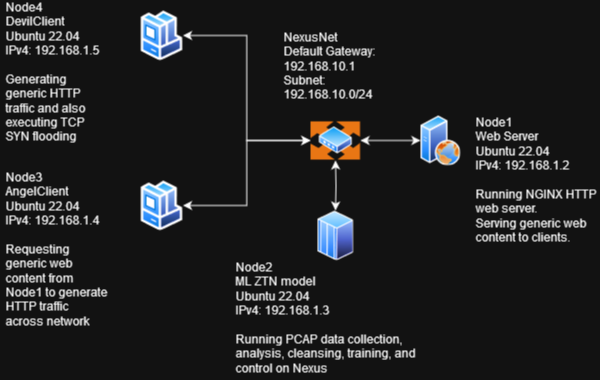
This is ZtnNetworkTopology.png from Skully1011/ZtnDataCleansing, a draw.io export, as it was before one commit. Source tidied: cells renumbered, new cells last; positions are measured from the earlier drawing's top-left corner, leaving out a move shared by most shapes. Its diagram source:
```xml
<mxGraphModel>
  <root>
    <mxCell id="0" />
    <mxCell id="1" parent="0" />
    <mxCell id="2" style="edgeStyle=orthogonalEdgeStyle;rounded=0;jettySize=auto;html=1;exitX=1;exitY=0.5;exitDx=0;exitDy=0;entryX=0;entryY=0.5;entryDx=0;entryDy=0;startArrow=classic;startFill=1;" parent="1" edge="1" source="16" target="4">
      <mxGeometry relative="1" as="geometry" />
    </mxCell>
    <mxCell id="3" style="edgeStyle=orthogonalEdgeStyle;rounded=0;jettySize=auto;html=1;exitX=1;exitY=0.5;exitDx=0;exitDy=0;entryX=0;entryY=0.5;entryDx=0;entryDy=0;startArrow=classic;startFill=1;" parent="1" edge="1" source="10" target="16">
      <mxGeometry relative="1" as="geometry" />
    </mxCell>
    <mxCell id="4" style="image;perimeter=ellipsePerimeter;html=1;align=center;shadow=0;dashed=0;spacingTop=3;image=img/lib/active_directory/web_server.svg;" parent="1" vertex="1">
      <mxGeometry x="420" y="105" width="40" height="50" as="geometry" />
    </mxCell>
    <mxCell id="5" style="image;perimeter=ellipsePerimeter;html=1;align=center;shadow=0;dashed=0;spacingTop=3;image=img/lib/active_directory/mainframe_host.svg;" parent="1" vertex="1">
      <mxGeometry x="317" y="200" width="36" height="50" as="geometry" />
    </mxCell>
    <mxCell id="6" style="edgeStyle=orthogonalEdgeStyle;rounded=0;jettySize=auto;html=1;entryX=0.5;entryY=0;entryDx=0;entryDy=0;startArrow=classic;startFill=1;" parent="1" edge="1" target="5">
      <mxGeometry relative="1" as="geometry">
        <mxPoint x="335" y="150" as="sourcePoint" />
      </mxGeometry>
    </mxCell>
    <mxCell id="7" value="&lt;div&gt;Node2&lt;br&gt;&lt;/div&gt;&lt;div&gt;ML ZTN model&lt;br&gt;&lt;/div&gt;&lt;div&gt;Ubuntu 22.04&lt;br&gt;&lt;/div&gt;&lt;div&gt;IPv4: 192.168.1.3&lt;/div&gt;&lt;div&gt;&lt;br&gt;&lt;/div&gt;&lt;div&gt;Running PCAP data collection, analysis, cleansing, training, and control on Nexus&lt;br&gt;&lt;/div&gt;" style="text;html=1;strokeColor=none;fillColor=none;spacing=5;spacingTop=-20;whiteSpace=wrap;overflow=hidden;rounded=0;" parent="1" vertex="1">
      <mxGeometry x="230" y="260" width="220" height="110" as="geometry" />
    </mxCell>
    <mxCell id="8" value="&lt;div&gt;Node1&lt;br&gt;&lt;/div&gt;&lt;div&gt;Web Server&lt;br&gt;&lt;/div&gt;&lt;div&gt;Ubuntu 22.04&lt;br&gt;&lt;/div&gt;&lt;div&gt;IPv4: 192.168.1.2&lt;/div&gt;&lt;div&gt;&lt;br&gt;&lt;/div&gt;&lt;div&gt;Running NGINX HTTP web server.&lt;br&gt;&lt;/div&gt;&lt;div&gt;Serving generic web content to clients.&lt;/div&gt;" style="text;html=1;strokeColor=none;fillColor=none;spacing=5;spacingTop=-20;whiteSpace=wrap;overflow=hidden;rounded=0;" parent="1" vertex="1">
      <mxGeometry x="470" y="115" width="130" height="125" as="geometry" />
    </mxCell>
    <mxCell id="9" style="group;" parent="1" vertex="1">
      <mxGeometry y="170" width="182.5" height="160" as="geometry" />
    </mxCell>
    <mxCell id="10" style="image;perimeter=ellipsePerimeter;html=1;align=center;shadow=0;dashed=0;spacingTop=3;image=img/lib/active_directory/workstation_client.svg;" parent="9" vertex="1">
      <mxGeometry x="140" width="42.5" height="50" as="geometry" />
    </mxCell>
    <mxCell id="11" value="&lt;div&gt;Node3&lt;br&gt;&lt;/div&gt;&lt;div&gt;AngelClient&lt;/div&gt;&lt;div&gt;Ubuntu 22.04&lt;br&gt;&lt;/div&gt;&lt;div&gt;IPv4: 192.168.1.4&lt;/div&gt;&lt;div&gt;&lt;br&gt;&lt;/div&gt;&lt;div&gt;Requesting generic web content from Node1 to generate HTTP traffic across network&lt;br&gt;&lt;/div&gt;" style="text;html=1;strokeColor=none;fillColor=none;spacing=5;spacingTop=-20;whiteSpace=wrap;overflow=hidden;rounded=0;" parent="9" vertex="1">
      <mxGeometry width="110" height="160" as="geometry" />
    </mxCell>
    <mxCell id="12" style="group;" parent="1" vertex="1">
      <mxGeometry width="182.5" height="135" as="geometry" />
    </mxCell>
    <mxCell id="13" style="image;perimeter=ellipsePerimeter;html=1;align=center;shadow=0;dashed=0;spacingTop=3;image=img/lib/active_directory/workstation_client.svg;" parent="12" vertex="1">
      <mxGeometry x="140" width="42.5" height="50" as="geometry" />
    </mxCell>
    <mxCell id="14" value="&lt;div&gt;Node4&lt;br&gt;&lt;/div&gt;&lt;div&gt;DevilClient&lt;br&gt;&lt;/div&gt;&lt;div&gt;Ubuntu 22.04&lt;br&gt;&lt;/div&gt;&lt;div&gt;IPv4: 192.168.1.5&lt;/div&gt;&lt;div&gt;&lt;br&gt;&lt;/div&gt;&lt;div&gt;Generating generic HTTP traffic and also executing TCP SYN flooding&lt;br&gt;&lt;/div&gt;" style="text;html=1;strokeColor=none;fillColor=none;spacing=5;spacingTop=-20;whiteSpace=wrap;overflow=hidden;rounded=0;" parent="12" vertex="1">
      <mxGeometry width="110" height="135" as="geometry" />
    </mxCell>
    <mxCell id="15" style="group;" parent="1" vertex="1">
      <mxGeometry x="277.5" y="30" width="115" height="120" as="geometry" />
    </mxCell>
    <mxCell id="16" style="image;perimeter=ellipsePerimeter;html=1;align=center;shadow=0;dashed=0;spacingTop=3;image=img/lib/active_directory/router.svg;" parent="15" vertex="1">
      <mxGeometry x="32.5" y="80" width="50" height="40" as="geometry" />
    </mxCell>
    <mxCell id="17" value="&lt;div&gt;NexusNet&lt;/div&gt;&lt;div&gt;Default Gateway: 192.168.10.1&lt;/div&gt;&lt;div&gt;Subnet: 192.168.10.0/24&lt;br&gt;&lt;/div&gt;" style="text;html=1;strokeColor=none;fillColor=none;spacing=5;spacingTop=-20;whiteSpace=wrap;overflow=hidden;rounded=0;" parent="15" vertex="1">
      <mxGeometry width="115" height="70" as="geometry" />
    </mxCell>
    <mxCell id="18" style="edgeStyle=orthogonalEdgeStyle;rounded=0;jettySize=auto;html=1;exitX=1;exitY=0.5;exitDx=0;exitDy=0;entryX=0;entryY=0.5;entryDx=0;entryDy=0;startArrow=classic;startFill=1;" parent="1" edge="1" source="13" target="16">
      <mxGeometry relative="1" as="geometry" />
    </mxCell>
  </root>
</mxGraphModel>
```
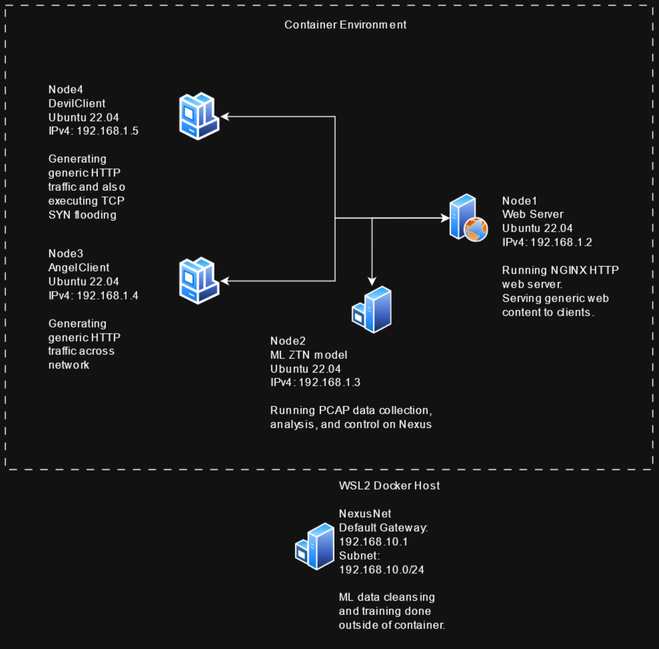
The same file after the commit.

What changed in the source:
```diff
@@ -2,24 +2,19 @@
   <root>
     <mxCell id="0" />
     <mxCell id="1" parent="0" />
-    <mxCell id="2" style="edgeStyle=orthogonalEdgeStyle;rounded=0;jettySize=auto;html=1;exitX=1;exitY=0.5;exitDx=0;exitDy=0;entryX=0;entryY=0.5;entryDx=0;entryDy=0;startArrow=classic;startFill=1;" parent="1" edge="1" source="16" target="4">
-      <mxGeometry relative="1" as="geometry" />
-    </mxCell>
+    <mxCell id="19" style="rounded=0;whiteSpace=wrap;html=1;fillColor=none;dashed=1;dashPattern=8 8;" parent="1" vertex="1">
+      <mxGeometry x="-40" y="-90" width="670" height="480" as="geometry" />
+    </mxCell>
-    <mxCell id="3" style="edgeStyle=orthogonalEdgeStyle;rounded=0;jettySize=auto;html=1;exitX=1;exitY=0.5;exitDx=0;exitDy=0;entryX=0;entryY=0.5;entryDx=0;entryDy=0;startArrow=classic;startFill=1;" parent="1" edge="1" source="10" target="16">
+    <mxCell id="3" style="edgeStyle=orthogonalEdgeStyle;rounded=0;jettySize=auto;html=1;exitX=1;exitY=0.5;exitDx=0;exitDy=0;entryX=0;entryY=0.5;entryDx=0;entryDy=0;startArrow=classic;startFill=1;" parent="1" edge="1" source="10" target="4">
       <mxGeometry relative="1" as="geometry" />
     </mxCell>
     <mxCell id="4" style="image;perimeter=ellipsePerimeter;html=1;align=center;shadow=0;dashed=0;spacingTop=3;image=img/lib/active_directory/web_server.svg;" parent="1" vertex="1">
       <mxGeometry x="420" y="105" width="40" height="50" as="geometry" />
     </mxCell>
-    <mxCell id="5" style="image;perimeter=ellipsePerimeter;html=1;align=center;shadow=0;dashed=0;spacingTop=3;image=img/lib/active_directory/mainframe_host.svg;" parent="1" vertex="1">
-      <mxGeometry x="317" y="200" width="36" height="50" as="geometry" />
-    </mxCell>
-    <mxCell id="6" style="edgeStyle=orthogonalEdgeStyle;rounded=0;jettySize=auto;html=1;entryX=0.5;entryY=0;entryDx=0;entryDy=0;startArrow=classic;startFill=1;" parent="1" edge="1" target="5">
-      <mxGeometry relative="1" as="geometry">
-        <mxPoint x="335" y="150" as="sourcePoint" />
-      </mxGeometry>
+    <mxCell id="6" style="edgeStyle=orthogonalEdgeStyle;rounded=0;jettySize=auto;html=1;entryX=0.5;entryY=0;entryDx=0;entryDy=0;startArrow=classic;startFill=1;exitX=0;exitY=0.5;exitDx=0;exitDy=0;" parent="1" edge="1" source="4" target="20">
+      <mxGeometry relative="1" as="geometry" />
     </mxCell>
-    <mxCell id="7" value="&lt;div&gt;Node2&lt;br&gt;&lt;/div&gt;&lt;div&gt;ML ZTN model&lt;br&gt;&lt;/div&gt;&lt;div&gt;Ubuntu 22.04&lt;br&gt;&lt;/div&gt;&lt;div&gt;IPv4: 192.168.1.3&lt;/div&gt;&lt;div&gt;&lt;br&gt;&lt;/div&gt;&lt;div&gt;Running PCAP data collection, analysis, cleansing, training, and control on Nexus&lt;br&gt;&lt;/div&gt;" style="text;html=1;strokeColor=none;fillColor=none;spacing=5;spacingTop=-20;whiteSpace=wrap;overflow=hidden;rounded=0;" parent="1" vertex="1">
+    <mxCell id="7" value="&lt;div&gt;Node2&lt;br&gt;&lt;/div&gt;&lt;div&gt;ML ZTN model&lt;br&gt;&lt;/div&gt;&lt;div&gt;Ubuntu 22.04&lt;br&gt;&lt;/div&gt;&lt;div&gt;IPv4: 192.168.1.3&lt;/div&gt;&lt;div&gt;&lt;br&gt;&lt;/div&gt;&lt;div&gt;Running PCAP data collection, analysis, and control on Nexus&lt;br&gt;&lt;/div&gt;" style="text;html=1;strokeColor=none;fillColor=none;spacing=5;spacingTop=-20;whiteSpace=wrap;overflow=hidden;rounded=0;" parent="1" vertex="1">
       <mxGeometry x="230" y="260" width="220" height="110" as="geometry" />
     </mxCell>
     <mxCell id="8" value="&lt;div&gt;Node1&lt;br&gt;&lt;/div&gt;&lt;div&gt;Web Server&lt;br&gt;&lt;/div&gt;&lt;div&gt;Ubuntu 22.04&lt;br&gt;&lt;/div&gt;&lt;div&gt;IPv4: 192.168.1.2&lt;/div&gt;&lt;div&gt;&lt;br&gt;&lt;/div&gt;&lt;div&gt;Running NGINX HTTP web server.&lt;br&gt;&lt;/div&gt;&lt;div&gt;Serving generic web content to clients.&lt;/div&gt;" style="text;html=1;strokeColor=none;fillColor=none;spacing=5;spacingTop=-20;whiteSpace=wrap;overflow=hidden;rounded=0;" parent="1" vertex="1">
@@ -31,7 +26,7 @@
     <mxCell id="10" style="image;perimeter=ellipsePerimeter;html=1;align=center;shadow=0;dashed=0;spacingTop=3;image=img/lib/active_directory/workstation_client.svg;" parent="9" vertex="1">
       <mxGeometry x="140" width="42.5" height="50" as="geometry" />
     </mxCell>
-    <mxCell id="11" value="&lt;div&gt;Node3&lt;br&gt;&lt;/div&gt;&lt;div&gt;AngelClient&lt;/div&gt;&lt;div&gt;Ubuntu 22.04&lt;br&gt;&lt;/div&gt;&lt;div&gt;IPv4: 192.168.1.4&lt;/div&gt;&lt;div&gt;&lt;br&gt;&lt;/div&gt;&lt;div&gt;Requesting generic web content from Node1 to generate HTTP traffic across network&lt;br&gt;&lt;/div&gt;" style="text;html=1;strokeColor=none;fillColor=none;spacing=5;spacingTop=-20;whiteSpace=wrap;overflow=hidden;rounded=0;" parent="9" vertex="1">
+    <mxCell id="11" value="&lt;div&gt;Node3&lt;br&gt;&lt;/div&gt;&lt;div&gt;AngelClient&lt;/div&gt;&lt;div&gt;Ubuntu 22.04&lt;br&gt;&lt;/div&gt;&lt;div&gt;IPv4: 192.168.1.4&lt;/div&gt;&lt;div&gt;&lt;br&gt;&lt;/div&gt;&lt;div&gt;Generating generic HTTP traffic across network&lt;br&gt;&lt;/div&gt;" style="text;html=1;strokeColor=none;fillColor=none;spacing=5;spacingTop=-20;whiteSpace=wrap;overflow=hidden;rounded=0;" parent="9" vertex="1">
       <mxGeometry width="110" height="160" as="geometry" />
     </mxCell>
     <mxCell id="12" style="group;" parent="1" vertex="1">
@@ -43,17 +38,23 @@
     <mxCell id="14" value="&lt;div&gt;Node4&lt;br&gt;&lt;/div&gt;&lt;div&gt;DevilClient&lt;br&gt;&lt;/div&gt;&lt;div&gt;Ubuntu 22.04&lt;br&gt;&lt;/div&gt;&lt;div&gt;IPv4: 192.168.1.5&lt;/div&gt;&lt;div&gt;&lt;br&gt;&lt;/div&gt;&lt;div&gt;Generating generic HTTP traffic and also executing TCP SYN flooding&lt;br&gt;&lt;/div&gt;" style="text;html=1;strokeColor=none;fillColor=none;spacing=5;spacingTop=-20;whiteSpace=wrap;overflow=hidden;rounded=0;" parent="12" vertex="1">
       <mxGeometry width="110" height="135" as="geometry" />
     </mxCell>
-    <mxCell id="15" style="group;" parent="1" vertex="1">
-      <mxGeometry x="277.5" y="30" width="115" height="120" as="geometry" />
-    </mxCell>
-    <mxCell id="16" style="image;perimeter=ellipsePerimeter;html=1;align=center;shadow=0;dashed=0;spacingTop=3;image=img/lib/active_directory/router.svg;" parent="15" vertex="1">
-      <mxGeometry x="32.5" y="80" width="50" height="40" as="geometry" />
-    </mxCell>
+    <mxCell id="18" style="edgeStyle=orthogonalEdgeStyle;rounded=0;jettySize=auto;html=1;exitX=1;exitY=0.5;exitDx=0;exitDy=0;entryX=0;entryY=0.5;entryDx=0;entryDy=0;startArrow=classic;startFill=1;" parent="1" edge="1" source="13" target="4">
+      <mxGeometry relative="1" as="geometry" />
+    </mxCell>
+    <mxCell id="20" style="image;perimeter=ellipsePerimeter;html=1;align=center;shadow=0;dashed=0;spacingTop=3;image=img/lib/active_directory/windows_server.svg;" parent="1" vertex="1">
+      <mxGeometry x="319" y="200" width="41" height="50" as="geometry" />
+    </mxCell>
+    <mxCell id="21" style="group;" parent="1" vertex="1">
+      <mxGeometry x="260.2" y="410" width="160" height="160" as="geometry" />
+    </mxCell>
-    <mxCell id="17" value="&lt;div&gt;NexusNet&lt;/div&gt;&lt;div&gt;Default Gateway: 192.168.10.1&lt;/div&gt;&lt;div&gt;Subnet: 192.168.10.0/24&lt;br&gt;&lt;/div&gt;" style="text;html=1;strokeColor=none;fillColor=none;spacing=5;spacingTop=-20;whiteSpace=wrap;overflow=hidden;rounded=0;" parent="15" vertex="1">
-      <mxGeometry width="115" height="70" as="geometry" />
+    <mxCell id="17" value="&lt;div&gt;WSL2 Docker Host&lt;/div&gt;&lt;div&gt;&lt;br&gt;&lt;/div&gt;&lt;div&gt;NexusNet&lt;/div&gt;&lt;div&gt;Default Gateway: 192.168.10.1&lt;/div&gt;&lt;div&gt;Subnet: 192.168.10.0/24&lt;/div&gt;&lt;div&gt;&lt;br&gt;&lt;/div&gt;&lt;div&gt;ML data cleansing and training done outside of container.&lt;/div&gt;" style="text;html=1;strokeColor=none;fillColor=none;spacing=5;spacingTop=-20;whiteSpace=wrap;overflow=hidden;rounded=0;" parent="21" vertex="1">
+      <mxGeometry x="41" width="119" height="160" as="geometry" />
     </mxCell>
-    <mxCell id="18" style="edgeStyle=orthogonalEdgeStyle;rounded=0;jettySize=auto;html=1;exitX=1;exitY=0.5;exitDx=0;exitDy=0;entryX=0;entryY=0.5;entryDx=0;entryDy=0;startArrow=classic;startFill=1;" parent="1" edge="1" source="13" target="16">
-      <mxGeometry relative="1" as="geometry" />
-    </mxCell>
+    <mxCell id="22" style="image;perimeter=ellipsePerimeter;html=1;align=center;shadow=0;dashed=0;spacingTop=3;image=img/lib/active_directory/windows_server.svg;" parent="21" vertex="1">
+      <mxGeometry y="35" width="41" height="50" as="geometry" />
+    </mxCell>
+    <mxCell id="23" value="Container Environment" style="text;html=1;strokeColor=none;fillColor=none;align=center;verticalAlign=middle;whiteSpace=wrap;rounded=0;" parent="1" vertex="1">
+      <mxGeometry x="230" y="-80" width="165" height="20" as="geometry" />
+    </mxCell>
   </root>
 </mxGraphModel>
```
